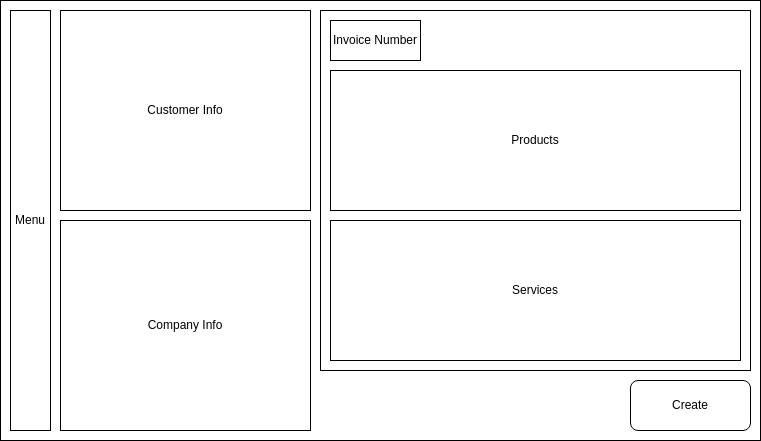
This is img/Version 3 - Dev Sketch.drawio.png from itsmejoshleach/A-Level-Computer-Science-Project, a draw.io export, as it was before one commit. Source tidied: cells renumbered, new cells last; positions are measured from the earlier drawing's top-left corner, leaving out a move shared by most shapes.
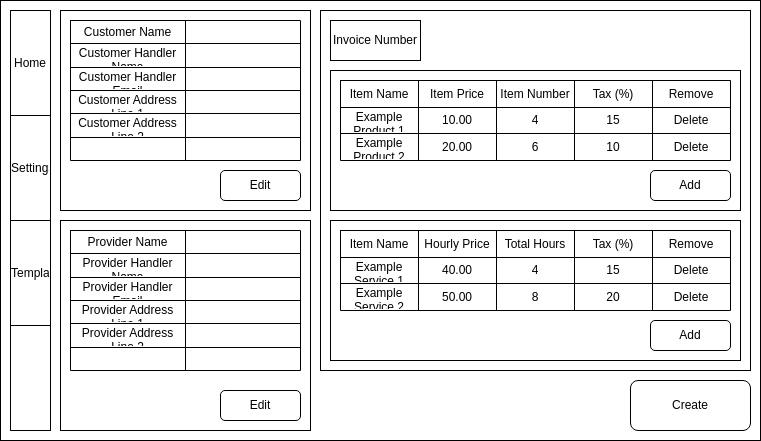
After the change.

Commit message:
Updated Dev Sketch to show layout of main page

What changed in the source:
```diff
@@ -29,5 +29,272 @@
     <mxCell id="10" value="Create" style="rounded=1;whiteSpace=wrap;html=1;" parent="1" vertex="1">
       <mxGeometry x="630" y="380" width="120" height="50" as="geometry" />
     </mxCell>
+    <mxCell id="11" value="Edit" style="rounded=1;whiteSpace=wrap;html=1;" parent="1" vertex="1">
+      <mxGeometry x="220" y="170" width="80" height="30" as="geometry" />
+    </mxCell>
+    <mxCell id="12" value="Edit" style="rounded=1;whiteSpace=wrap;html=1;" parent="1" vertex="1">
+      <mxGeometry x="220" y="390" width="80" height="30" as="geometry" />
+    </mxCell>
+    <mxCell id="13" value="Add" style="rounded=1;whiteSpace=wrap;html=1;" parent="1" vertex="1">
+      <mxGeometry x="650" y="320" width="80" height="30" as="geometry" />
+    </mxCell>
+    <mxCell id="14" value="Add" style="rounded=1;whiteSpace=wrap;html=1;" parent="1" vertex="1">
+      <mxGeometry x="650" y="170" width="80" height="30" as="geometry" />
+    </mxCell>
+    <mxCell id="15" style="shape=table;startSize=0;" parent="1" vertex="1">
+      <mxGeometry x="340" y="80" width="390" height="80" as="geometry" />
+    </mxCell>
+    <mxCell id="16" style="shape=tableRow;horizontal=0;startSize=0;swimlaneHead=0;swimlaneBody=0;top=0;left=0;bottom=0;right=0;fillColor=none;" parent="15" vertex="1">
+      <mxGeometry width="390" height="27" as="geometry" />
+    </mxCell>
+    <mxCell id="17" value="Item Name" style="shape=partialRectangle;html=1;whiteSpace=wrap;overflow=hidden;fillColor=none;top=0;left=0;bottom=0;right=0;" parent="16" vertex="1">
+      <mxGeometry width="78" height="27" as="geometry" />
+    </mxCell>
+    <mxCell id="18" value="Item Price" style="shape=partialRectangle;html=1;whiteSpace=wrap;overflow=hidden;fillColor=none;top=0;left=0;bottom=0;right=0;" parent="16" vertex="1">
+      <mxGeometry x="78" width="78" height="27" as="geometry" />
+    </mxCell>
+    <mxCell id="19" value="Item Number" style="shape=partialRectangle;html=1;whiteSpace=wrap;overflow=hidden;fillColor=none;top=0;left=0;bottom=0;right=0;" parent="16" vertex="1">
+      <mxGeometry x="156" width="78" height="27" as="geometry" />
+    </mxCell>
+    <mxCell id="20" value="Tax (%)" style="shape=partialRectangle;html=1;whiteSpace=wrap;overflow=hidden;fillColor=none;top=0;left=0;bottom=0;right=0;" parent="16" vertex="1">
+      <mxGeometry x="234" width="78" height="27" as="geometry" />
+    </mxCell>
+    <mxCell id="21" value="Remove" style="shape=partialRectangle;html=1;whiteSpace=wrap;overflow=hidden;fillColor=none;top=0;left=0;bottom=0;right=0;" parent="16" vertex="1">
+      <mxGeometry x="312" width="78" height="27" as="geometry" />
+    </mxCell>
+    <mxCell id="22" style="shape=tableRow;horizontal=0;startSize=0;swimlaneHead=0;swimlaneBody=0;top=0;left=0;bottom=0;right=0;fillColor=none;" parent="15" vertex="1">
+      <mxGeometry y="27" width="390" height="26" as="geometry" />
+    </mxCell>
+    <mxCell id="23" value="Example Product 1" style="shape=partialRectangle;html=1;whiteSpace=wrap;overflow=hidden;fillColor=none;top=0;left=0;bottom=0;right=0;" parent="22" vertex="1">
+      <mxGeometry width="78" height="26" as="geometry" />
+    </mxCell>
+    <mxCell id="24" value="10.00" style="shape=partialRectangle;html=1;whiteSpace=wrap;overflow=hidden;fillColor=none;top=0;left=0;bottom=0;right=0;" parent="22" vertex="1">
+      <mxGeometry x="78" width="78" height="26" as="geometry" />
+    </mxCell>
+    <mxCell id="25" value="4" style="shape=partialRectangle;html=1;whiteSpace=wrap;overflow=hidden;fillColor=none;top=0;left=0;bottom=0;right=0;" parent="22" vertex="1">
+      <mxGeometry x="156" width="78" height="26" as="geometry" />
+    </mxCell>
+    <mxCell id="26" value="15" style="shape=partialRectangle;html=1;whiteSpace=wrap;overflow=hidden;fillColor=none;top=0;left=0;bottom=0;right=0;" parent="22" vertex="1">
+      <mxGeometry x="234" width="78" height="26" as="geometry" />
+    </mxCell>
+    <mxCell id="27" value="Delete" style="shape=partialRectangle;html=1;whiteSpace=wrap;overflow=hidden;fillColor=none;top=0;left=0;bottom=0;right=0;" parent="22" vertex="1">
+      <mxGeometry x="312" width="78" height="26" as="geometry" />
+    </mxCell>
+    <mxCell id="28" style="shape=tableRow;horizontal=0;startSize=0;swimlaneHead=0;swimlaneBody=0;top=0;left=0;bottom=0;right=0;fillColor=none;" parent="15" vertex="1">
+      <mxGeometry y="53" width="390" height="27" as="geometry" />
+    </mxCell>
+    <mxCell id="29" value="Example Product 2" style="shape=partialRectangle;html=1;whiteSpace=wrap;overflow=hidden;fillColor=none;top=0;left=0;bottom=0;right=0;" parent="28" vertex="1">
+      <mxGeometry width="78" height="27" as="geometry" />
+    </mxCell>
+    <mxCell id="30" value="20.00" style="shape=partialRectangle;html=1;whiteSpace=wrap;overflow=hidden;fillColor=none;top=0;left=0;bottom=0;right=0;" parent="28" vertex="1">
+      <mxGeometry x="78" width="78" height="27" as="geometry" />
+    </mxCell>
+    <mxCell id="31" value="6" style="shape=partialRectangle;html=1;whiteSpace=wrap;overflow=hidden;fillColor=none;top=0;left=0;bottom=0;right=0;" parent="28" vertex="1">
+      <mxGeometry x="156" width="78" height="27" as="geometry" />
+    </mxCell>
+    <mxCell id="32" value="10" style="shape=partialRectangle;html=1;whiteSpace=wrap;overflow=hidden;fillColor=none;top=0;left=0;bottom=0;right=0;" parent="28" vertex="1">
+      <mxGeometry x="234" width="78" height="27" as="geometry" />
+    </mxCell>
+    <mxCell id="33" value="Delete" style="shape=partialRectangle;html=1;whiteSpace=wrap;overflow=hidden;fillColor=none;top=0;left=0;bottom=0;right=0;" parent="28" vertex="1">
+      <mxGeometry x="312" width="78" height="27" as="geometry" />
+    </mxCell>
+    <mxCell id="34" style="shape=table;startSize=0;" parent="1" vertex="1">
+      <mxGeometry x="340" y="230" width="390" height="80" as="geometry" />
+    </mxCell>
+    <mxCell id="35" style="shape=tableRow;horizontal=0;startSize=0;swimlaneHead=0;swimlaneBody=0;top=0;left=0;bottom=0;right=0;fillColor=none;" parent="34" vertex="1">
+      <mxGeometry width="390" height="27" as="geometry" />
+    </mxCell>
+    <mxCell id="36" value="Item Name" style="shape=partialRectangle;html=1;whiteSpace=wrap;overflow=hidden;fillColor=none;top=0;left=0;bottom=0;right=0;" parent="35" vertex="1">
+      <mxGeometry width="78" height="27" as="geometry" />
+    </mxCell>
+    <mxCell id="37" value="Hourly Price" style="shape=partialRectangle;html=1;whiteSpace=wrap;overflow=hidden;fillColor=none;top=0;left=0;bottom=0;right=0;" parent="35" vertex="1">
+      <mxGeometry x="78" width="78" height="27" as="geometry" />
+    </mxCell>
+    <mxCell id="38" value="Total Hours" style="shape=partialRectangle;html=1;whiteSpace=wrap;overflow=hidden;fillColor=none;top=0;left=0;bottom=0;right=0;" parent="35" vertex="1">
+      <mxGeometry x="156" width="78" height="27" as="geometry" />
+    </mxCell>
+    <mxCell id="39" value="Tax (%)" style="shape=partialRectangle;html=1;whiteSpace=wrap;overflow=hidden;fillColor=none;top=0;left=0;bottom=0;right=0;" parent="35" vertex="1">
+      <mxGeometry x="234" width="78" height="27" as="geometry" />
+    </mxCell>
+    <mxCell id="40" value="Remove" style="shape=partialRectangle;html=1;whiteSpace=wrap;overflow=hidden;fillColor=none;top=0;left=0;bottom=0;right=0;" parent="35" vertex="1">
+      <mxGeometry x="312" width="78" height="27" as="geometry" />
+    </mxCell>
+    <mxCell id="41" style="shape=tableRow;horizontal=0;startSize=0;swimlaneHead=0;swimlaneBody=0;top=0;left=0;bottom=0;right=0;fillColor=none;" parent="34" vertex="1">
+      <mxGeometry y="27" width="390" height="26" as="geometry" />
+    </mxCell>
+    <mxCell id="42" value="Example Service 1" style="shape=partialRectangle;html=1;whiteSpace=wrap;overflow=hidden;fillColor=none;top=0;left=0;bottom=0;right=0;" parent="41" vertex="1">
+      <mxGeometry width="78" height="26" as="geometry" />
+    </mxCell>
+    <mxCell id="43" value="40.00" style="shape=partialRectangle;html=1;whiteSpace=wrap;overflow=hidden;fillColor=none;top=0;left=0;bottom=0;right=0;" parent="41" vertex="1">
+      <mxGeometry x="78" width="78" height="26" as="geometry" />
+    </mxCell>
+    <mxCell id="44" value="4" style="shape=partialRectangle;html=1;whiteSpace=wrap;overflow=hidden;fillColor=none;top=0;left=0;bottom=0;right=0;" parent="41" vertex="1">
+      <mxGeometry x="156" width="78" height="26" as="geometry" />
+    </mxCell>
+    <mxCell id="45" value="15" style="shape=partialRectangle;html=1;whiteSpace=wrap;overflow=hidden;fillColor=none;top=0;left=0;bottom=0;right=0;" parent="41" vertex="1">
+      <mxGeometry x="234" width="78" height="26" as="geometry" />
+    </mxCell>
+    <mxCell id="46" value="Delete" style="shape=partialRectangle;html=1;whiteSpace=wrap;overflow=hidden;fillColor=none;top=0;left=0;bottom=0;right=0;" parent="41" vertex="1">
+      <mxGeometry x="312" width="78" height="26" as="geometry" />
+    </mxCell>
+    <mxCell id="47" style="shape=tableRow;horizontal=0;startSize=0;swimlaneHead=0;swimlaneBody=0;top=0;left=0;bottom=0;right=0;fillColor=none;" parent="34" vertex="1">
+      <mxGeometry y="53" width="390" height="27" as="geometry" />
+    </mxCell>
+    <mxCell id="48" value="Example Service 2" style="shape=partialRectangle;html=1;whiteSpace=wrap;overflow=hidden;fillColor=none;top=0;left=0;bottom=0;right=0;" parent="47" vertex="1">
+      <mxGeometry width="78" height="27" as="geometry" />
+    </mxCell>
+    <mxCell id="49" value="50.00" style="shape=partialRectangle;html=1;whiteSpace=wrap;overflow=hidden;fillColor=none;top=0;left=0;bottom=0;right=0;" parent="47" vertex="1">
+      <mxGeometry x="78" width="78" height="27" as="geometry" />
+    </mxCell>
+    <mxCell id="50" value="8" style="shape=partialRectangle;html=1;whiteSpace=wrap;overflow=hidden;fillColor=none;top=0;left=0;bottom=0;right=0;" parent="47" vertex="1">
+      <mxGeometry x="156" width="78" height="27" as="geometry" />
+    </mxCell>
+    <mxCell id="51" value="20" style="shape=partialRectangle;html=1;whiteSpace=wrap;overflow=hidden;fillColor=none;top=0;left=0;bottom=0;right=0;" parent="47" vertex="1">
+      <mxGeometry x="234" width="78" height="27" as="geometry" />
+    </mxCell>
+    <mxCell id="52" value="Delete" style="shape=partialRectangle;html=1;whiteSpace=wrap;overflow=hidden;fillColor=none;top=0;left=0;bottom=0;right=0;" parent="47" vertex="1">
+      <mxGeometry x="312" width="78" height="27" as="geometry" />
+    </mxCell>
+    <mxCell id="53" style="shape=table;startSize=0;" parent="1" vertex="1">
+      <mxGeometry x="70" y="20" width="230" height="140" as="geometry" />
+    </mxCell>
+    <mxCell id="54" style="shape=tableRow;horizontal=0;startSize=0;swimlaneHead=0;swimlaneBody=0;top=0;left=0;bottom=0;right=0;fillColor=none;" parent="53" vertex="1">
+      <mxGeometry width="230" height="23" as="geometry" />
+    </mxCell>
+    <mxCell id="55" value="Customer Name" style="shape=partialRectangle;html=1;whiteSpace=wrap;overflow=hidden;fillColor=none;top=0;left=0;bottom=0;right=0;" parent="54" vertex="1">
+      <mxGeometry width="115" height="23" as="geometry" />
+    </mxCell>
+    <mxCell id="56" style="shape=partialRectangle;html=1;whiteSpace=wrap;overflow=hidden;fillColor=none;top=0;left=0;bottom=0;right=0;" parent="54" vertex="1">
+      <mxGeometry x="115" width="115" height="23" as="geometry" />
+    </mxCell>
+    <mxCell id="57" style="shape=tableRow;horizontal=0;startSize=0;swimlaneHead=0;swimlaneBody=0;top=0;left=0;bottom=0;right=0;fillColor=none;" parent="53" vertex="1">
+      <mxGeometry y="23" width="230" height="24" as="geometry" />
+    </mxCell>
+    <mxCell id="58" value="Customer Handler Name" style="shape=partialRectangle;html=1;whiteSpace=wrap;overflow=hidden;fillColor=none;top=0;left=0;bottom=0;right=0;" parent="57" vertex="1">
+      <mxGeometry width="115" height="24" as="geometry" />
+    </mxCell>
+    <mxCell id="59" style="shape=partialRectangle;html=1;whiteSpace=wrap;overflow=hidden;fillColor=none;top=0;left=0;bottom=0;right=0;" parent="57" vertex="1">
+      <mxGeometry x="115" width="115" height="24" as="geometry" />
+    </mxCell>
+    <mxCell id="60" style="shape=tableRow;horizontal=0;startSize=0;swimlaneHead=0;swimlaneBody=0;top=0;left=0;bottom=0;right=0;fillColor=none;" parent="53" vertex="1">
+      <mxGeometry y="47" width="230" height="23" as="geometry" />
+    </mxCell>
+    <mxCell id="61" value="Customer Handler Email" style="shape=partialRectangle;html=1;whiteSpace=wrap;overflow=hidden;fillColor=none;top=0;left=0;bottom=0;right=0;" parent="60" vertex="1">
+      <mxGeometry width="115" height="23" as="geometry" />
+    </mxCell>
+    <mxCell id="62" style="shape=partialRectangle;html=1;whiteSpace=wrap;overflow=hidden;fillColor=none;top=0;left=0;bottom=0;right=0;" parent="60" vertex="1">
+      <mxGeometry x="115" width="115" height="23" as="geometry" />
+    </mxCell>
+    <mxCell id="63" style="shape=tableRow;horizontal=0;startSize=0;swimlaneHead=0;swimlaneBody=0;top=0;left=0;bottom=0;right=0;fillColor=none;" parent="53" vertex="1">
+      <mxGeometry y="70" width="230" height="23" as="geometry" />
+    </mxCell>
+    <mxCell id="64" value="Customer Address Line 1" style="shape=partialRectangle;html=1;whiteSpace=wrap;overflow=hidden;fillColor=none;top=0;left=0;bottom=0;right=0;" parent="63" vertex="1">
+      <mxGeometry width="115" height="23" as="geometry" />
+    </mxCell>
+    <mxCell id="65" style="shape=partialRectangle;html=1;whiteSpace=wrap;overflow=hidden;fillColor=none;top=0;left=0;bottom=0;right=0;" parent="63" vertex="1">
+      <mxGeometry x="115" width="115" height="23" as="geometry" />
+    </mxCell>
+    <mxCell id="66" style="shape=tableRow;horizontal=0;startSize=0;swimlaneHead=0;swimlaneBody=0;top=0;left=0;bottom=0;right=0;fillColor=none;" parent="53" vertex="1">
+      <mxGeometry y="93" width="230" height="24" as="geometry" />
+    </mxCell>
+    <mxCell id="67" value="Customer Address Line 2" style="shape=partialRectangle;html=1;whiteSpace=wrap;overflow=hidden;fillColor=none;top=0;left=0;bottom=0;right=0;" parent="66" vertex="1">
+      <mxGeometry width="115" height="24" as="geometry" />
+    </mxCell>
+    <mxCell id="68" style="shape=partialRectangle;html=1;whiteSpace=wrap;overflow=hidden;fillColor=none;top=0;left=0;bottom=0;right=0;" parent="66" vertex="1">
+      <mxGeometry x="115" width="115" height="24" as="geometry" />
+    </mxCell>
+    <mxCell id="69" style="shape=tableRow;horizontal=0;startSize=0;swimlaneHead=0;swimlaneBody=0;top=0;left=0;bottom=0;right=0;fillColor=none;" parent="53" vertex="1">
+      <mxGeometry y="117" width="230" height="23" as="geometry" />
+    </mxCell>
+    <mxCell id="70" style="shape=partialRectangle;html=1;whiteSpace=wrap;overflow=hidden;fillColor=none;top=0;left=0;bottom=0;right=0;" parent="69" vertex="1">
+      <mxGeometry width="115" height="23" as="geometry" />
+    </mxCell>
+    <mxCell id="71" style="shape=partialRectangle;html=1;whiteSpace=wrap;overflow=hidden;fillColor=none;top=0;left=0;bottom=0;right=0;" parent="69" vertex="1">
+      <mxGeometry x="115" width="115" height="23" as="geometry" />
+    </mxCell>
+    <mxCell id="72" style="shape=table;startSize=0;" parent="1" vertex="1">
+      <mxGeometry x="70" y="230" width="230" height="140" as="geometry" />
+    </mxCell>
+    <mxCell id="73" style="shape=tableRow;horizontal=0;startSize=0;swimlaneHead=0;swimlaneBody=0;top=0;left=0;bottom=0;right=0;fillColor=none;" parent="72" vertex="1">
+      <mxGeometry width="230" height="23" as="geometry" />
+    </mxCell>
+    <mxCell id="74" value="Provider Name" style="shape=partialRectangle;html=1;whiteSpace=wrap;overflow=hidden;fillColor=none;top=0;left=0;bottom=0;right=0;" parent="73" vertex="1">
+      <mxGeometry width="115" height="23" as="geometry" />
+    </mxCell>
+    <mxCell id="75" style="shape=partialRectangle;html=1;whiteSpace=wrap;overflow=hidden;fillColor=none;top=0;left=0;bottom=0;right=0;" parent="73" vertex="1">
+      <mxGeometry x="115" width="115" height="23" as="geometry" />
+    </mxCell>
+    <mxCell id="76" style="shape=tableRow;horizontal=0;startSize=0;swimlaneHead=0;swimlaneBody=0;top=0;left=0;bottom=0;right=0;fillColor=none;" parent="72" vertex="1">
+      <mxGeometry y="23" width="230" height="24" as="geometry" />
+    </mxCell>
+    <mxCell id="77" value="Provider Handler Name" style="shape=partialRectangle;html=1;whiteSpace=wrap;overflow=hidden;fillColor=none;top=0;left=0;bottom=0;right=0;" parent="76" vertex="1">
+      <mxGeometry width="115" height="24" as="geometry" />
+    </mxCell>
+    <mxCell id="78" style="shape=partialRectangle;html=1;whiteSpace=wrap;overflow=hidden;fillColor=none;top=0;left=0;bottom=0;right=0;" parent="76" vertex="1">
+      <mxGeometry x="115" width="115" height="24" as="geometry" />
+    </mxCell>
+    <mxCell id="79" style="shape=tableRow;horizontal=0;startSize=0;swimlaneHead=0;swimlaneBody=0;top=0;left=0;bottom=0;right=0;fillColor=none;" parent="72" vertex="1">
+      <mxGeometry y="47" width="230" height="23" as="geometry" />
+    </mxCell>
+    <mxCell id="80" value="Provider Handler Email" style="shape=partialRectangle;html=1;whiteSpace=wrap;overflow=hidden;fillColor=none;top=0;left=0;bottom=0;right=0;" parent="79" vertex="1">
+      <mxGeometry width="115" height="23" as="geometry" />
+    </mxCell>
+    <mxCell id="81" style="shape=partialRectangle;html=1;whiteSpace=wrap;overflow=hidden;fillColor=none;top=0;left=0;bottom=0;right=0;" parent="79" vertex="1">
+      <mxGeometry x="115" width="115" height="23" as="geometry" />
+    </mxCell>
+    <mxCell id="82" style="shape=tableRow;horizontal=0;startSize=0;swimlaneHead=0;swimlaneBody=0;top=0;left=0;bottom=0;right=0;fillColor=none;" parent="72" vertex="1">
+      <mxGeometry y="70" width="230" height="23" as="geometry" />
+    </mxCell>
+    <mxCell id="83" value="Provider Address Line 1" style="shape=partialRectangle;html=1;whiteSpace=wrap;overflow=hidden;fillColor=none;top=0;left=0;bottom=0;right=0;" parent="82" vertex="1">
+      <mxGeometry width="115" height="23" as="geometry" />
+    </mxCell>
+    <mxCell id="84" style="shape=partialRectangle;html=1;whiteSpace=wrap;overflow=hidden;fillColor=none;top=0;left=0;bottom=0;right=0;" parent="82" vertex="1">
+      <mxGeometry x="115" width="115" height="23" as="geometry" />
+    </mxCell>
+    <mxCell id="85" style="shape=tableRow;horizontal=0;startSize=0;swimlaneHead=0;swimlaneBody=0;top=0;left=0;bottom=0;right=0;fillColor=none;" parent="72" vertex="1">
+      <mxGeometry y="93" width="230" height="24" as="geometry" />
+    </mxCell>
+    <mxCell id="86" value="Provider Address Line 2" style="shape=partialRectangle;html=1;whiteSpace=wrap;overflow=hidden;fillColor=none;top=0;left=0;bottom=0;right=0;" parent="85" vertex="1">
+      <mxGeometry width="115" height="24" as="geometry" />
+    </mxCell>
+    <mxCell id="87" style="shape=partialRectangle;html=1;whiteSpace=wrap;overflow=hidden;fillColor=none;top=0;left=0;bottom=0;right=0;" parent="85" vertex="1">
+      <mxGeometry x="115" width="115" height="24" as="geometry" />
+    </mxCell>
+    <mxCell id="88" style="shape=tableRow;horizontal=0;startSize=0;swimlaneHead=0;swimlaneBody=0;top=0;left=0;bottom=0;right=0;fillColor=none;" parent="72" vertex="1">
+      <mxGeometry y="117" width="230" height="23" as="geometry" />
+    </mxCell>
+    <mxCell id="89" style="shape=partialRectangle;html=1;whiteSpace=wrap;overflow=hidden;fillColor=none;top=0;left=0;bottom=0;right=0;" parent="88" vertex="1">
+      <mxGeometry width="115" height="23" as="geometry" />
+    </mxCell>
+    <mxCell id="90" style="shape=partialRectangle;html=1;whiteSpace=wrap;overflow=hidden;fillColor=none;top=0;left=0;bottom=0;right=0;" parent="88" vertex="1">
+      <mxGeometry x="115" width="115" height="23" as="geometry" />
+    </mxCell>
+    <mxCell id="91" style="shape=table;startSize=0;" parent="1" vertex="1">
+      <mxGeometry x="10" y="10" width="40" height="420" as="geometry" />
+    </mxCell>
+    <mxCell id="92" style="shape=tableRow;horizontal=0;startSize=0;swimlaneHead=0;swimlaneBody=0;top=0;left=0;bottom=0;right=0;fillColor=none;" parent="91" vertex="1">
+      <mxGeometry width="40" height="105" as="geometry" />
+    </mxCell>
+    <mxCell id="93" value="Home" style="shape=partialRectangle;html=1;whiteSpace=wrap;overflow=hidden;fillColor=none;top=0;left=0;bottom=0;right=0;" parent="92" vertex="1">
+      <mxGeometry width="40" height="105" as="geometry" />
+    </mxCell>
+    <mxCell id="94" style="shape=tableRow;horizontal=0;startSize=0;swimlaneHead=0;swimlaneBody=0;top=0;left=0;bottom=0;right=0;fillColor=none;" parent="91" vertex="1">
+      <mxGeometry y="105" width="40" height="105" as="geometry" />
+    </mxCell>
+    <mxCell id="95" value="Settings" style="shape=partialRectangle;html=1;whiteSpace=wrap;overflow=hidden;fillColor=none;top=0;left=0;bottom=0;right=0;" parent="94" vertex="1">
+      <mxGeometry width="40" height="105" as="geometry" />
+    </mxCell>
+    <mxCell id="96" style="shape=tableRow;horizontal=0;startSize=0;swimlaneHead=0;swimlaneBody=0;top=0;left=0;bottom=0;right=0;fillColor=none;" parent="91" vertex="1">
+      <mxGeometry y="210" width="40" height="105" as="geometry" />
+    </mxCell>
+    <mxCell id="97" value="Templates" style="shape=partialRectangle;html=1;whiteSpace=wrap;overflow=hidden;fillColor=none;top=0;left=0;bottom=0;right=0;" parent="96" vertex="1">
+      <mxGeometry width="40" height="105" as="geometry" />
+    </mxCell>
+    <mxCell id="98" style="shape=tableRow;horizontal=0;startSize=0;swimlaneHead=0;swimlaneBody=0;top=0;left=0;bottom=0;right=0;fillColor=none;" parent="91" vertex="1">
+      <mxGeometry y="315" width="40" height="105" as="geometry" />
+    </mxCell>
+    <mxCell id="99" style="shape=partialRectangle;html=1;whiteSpace=wrap;overflow=hidden;fillColor=none;top=0;left=0;bottom=0;right=0;" parent="98" vertex="1">
+      <mxGeometry width="40" height="105" as="geometry" />
+    </mxCell>
   </root>
 </mxGraphModel>
```
